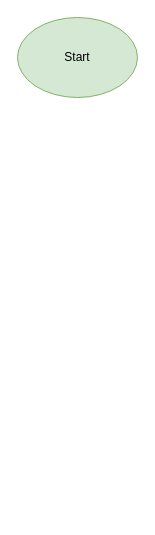
Above: Untitled Diagram.drawio in PratikBali/flowchart (draw.io), before the change. Source tidied: cells renumbered, new cells numbered last; positions are measured from the earlier drawing's top-left corner, leaving out a move shared by most shapes. Both pictures are drawn from the tidied source at 100%, with x=0, y=0 at pixel (17, 17).
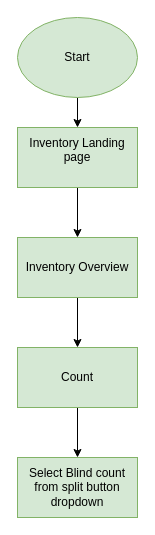
Above is the later version.

Diff of the diagram source:
```diff
@@
 <mxGraphModel>
   <root>
     <mxCell id="0" />
     <mxCell id="1" parent="0" />
+    <mxCell id="3" style="edgeStyle=orthogonalEdgeStyle;rounded=0;jettySize=auto;html=1;" parent="1" edge="1" source="2" target="5">
+      <mxGeometry relative="1" as="geometry" />
+    </mxCell>
     <mxCell id="2" value="Start" style="ellipse;whiteSpace=wrap;html=1;fillColor=#d5e8d4;strokeColor=#82b366;" parent="1" vertex="1">
       <mxGeometry width="120" height="80" as="geometry" />
     </mxCell>
+    <mxCell id="4" style="edgeStyle=orthogonalEdgeStyle;rounded=0;jettySize=auto;html=1;" parent="1" edge="1" source="5" target="7">
+      <mxGeometry relative="1" as="geometry" />
+    </mxCell>
+    <mxCell id="5" value="Inventory Landing page&lt;div&gt;&lt;br/&gt;&lt;/div&gt;" style="whiteSpace=wrap;html=1;fillColor=#d5e8d4;strokeColor=#82b366;" parent="1" vertex="1">
+      <mxGeometry y="110" width="120" height="60" as="geometry" />
+    </mxCell>
+    <mxCell id="6" style="edgeStyle=orthogonalEdgeStyle;rounded=0;jettySize=auto;html=1;" parent="1" edge="1" source="7" target="9">
+      <mxGeometry relative="1" as="geometry" />
+    </mxCell>
+    <mxCell id="7" value="Inventory Overview" style="whiteSpace=wrap;html=1;fillColor=#d5e8d4;strokeColor=#82b366;" parent="1" vertex="1">
+      <mxGeometry y="220" width="120" height="60" as="geometry" />
+    </mxCell>
+    <mxCell id="8" style="edgeStyle=orthogonalEdgeStyle;rounded=0;jettySize=auto;html=1;" parent="1" edge="1" source="9" target="10">
+      <mxGeometry relative="1" as="geometry" />
+    </mxCell>
+    <mxCell id="9" value="Count" style="whiteSpace=wrap;html=1;fillColor=#d5e8d4;strokeColor=#82b366;" parent="1" vertex="1">
+      <mxGeometry y="330" width="120" height="60" as="geometry" />
+    </mxCell>
+    <mxCell id="10" value="Select Blind count from split button dropdown" style="whiteSpace=wrap;html=1;fillColor=#d5e8d4;strokeColor=#82b366;" parent="1" vertex="1">
+      <mxGeometry y="440" width="120" height="60" as="geometry" />
+    </mxCell>
   </root>
 </mxGraphModel>
```
